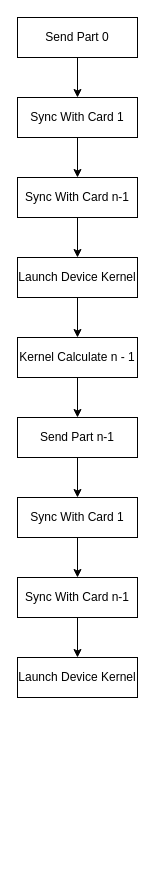
Above: TCCL/TCCL_WORK_FLOW/RingAllreduceWorkFlow.drawio in BEYHHH/SBLP (draw.io), before the change. Source tidied: cells renumbered, new cells numbered last; positions are measured from the earlier drawing's top-left corner, leaving out a move shared by most shapes. Both pictures are drawn from the tidied source at 100%, with x=0, y=0 at pixel (17, 17).
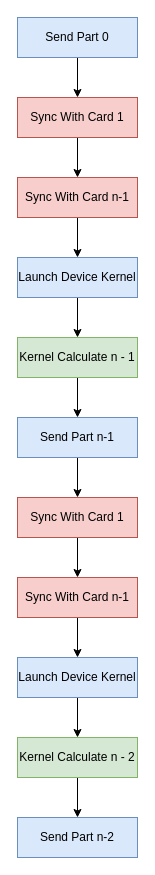
The same page after the edit.

Diff of the diagram source:
```diff
@@
-    <mxCell id="3" value="Sync With Card 1" style="rounded=0;whiteSpace=wrap;html=1;" parent="1" vertex="1">
+    <mxCell id="3" value="Sync With Card 1" style="rounded=0;whiteSpace=wrap;html=1;fillColor=#f8cecc;strokeColor=#b85450;" parent="1" vertex="1">
       <mxGeometry y="80" width="120" height="40" as="geometry" />
     </mxCell>
@@
-    <mxCell id="5" value="Sync With Card n-1" style="rounded=0;whiteSpace=wrap;html=1;" parent="1" vertex="1">
+    <mxCell id="5" value="Sync With Card n-1" style="rounded=0;whiteSpace=wrap;html=1;fillColor=#f8cecc;strokeColor=#b85450;" parent="1" vertex="1">
       <mxGeometry y="160" width="120" height="40" as="geometry" />
     </mxCell>
@@
-    <mxCell id="7" value="Launch Device Kernel" style="rounded=0;whiteSpace=wrap;html=1;" parent="1" vertex="1">
+    <mxCell id="7" value="Launch Device Kernel" style="rounded=0;whiteSpace=wrap;html=1;fillColor=#dae8fc;strokeColor=#6c8ebf;" parent="1" vertex="1">
       <mxGeometry y="240" width="120" height="40" as="geometry" />
     </mxCell>
@@
-    <mxCell id="9" value="Send Part n-1" style="rounded=0;whiteSpace=wrap;html=1;" parent="1" vertex="1">
+    <mxCell id="9" value="Send Part n-1" style="rounded=0;whiteSpace=wrap;html=1;fillColor=#dae8fc;strokeColor=#6c8ebf;" parent="1" vertex="1">
       <mxGeometry y="400" width="120" height="40" as="geometry" />
     </mxCell>
@@
-    <mxCell id="11" value="Send Part 0" style="rounded=0;whiteSpace=wrap;html=1;" parent="1" vertex="1">
+    <mxCell id="11" value="Send Part 0" style="rounded=0;whiteSpace=wrap;html=1;fillColor=#dae8fc;strokeColor=#6c8ebf;" parent="1" vertex="1">
       <mxGeometry width="120" height="40" as="geometry" />
     </mxCell>
@@
-    <mxCell id="13" value="Kernel Calculate n - 1" style="rounded=0;whiteSpace=wrap;html=1;" parent="1" vertex="1">
+    <mxCell id="13" value="Kernel Calculate n - 1" style="rounded=0;whiteSpace=wrap;html=1;fillColor=#d5e8d4;strokeColor=#82b366;" parent="1" vertex="1">
       <mxGeometry y="320" width="120" height="40" as="geometry" />
     </mxCell>
@@
-    <mxCell id="15" value="Sync With Card 1" style="rounded=0;whiteSpace=wrap;html=1;" parent="1" vertex="1">
+    <mxCell id="15" value="Sync With Card 1" style="rounded=0;whiteSpace=wrap;html=1;fillColor=#f8cecc;strokeColor=#b85450;" parent="1" vertex="1">
       <mxGeometry y="480" width="120" height="40" as="geometry" />
     </mxCell>
@@
-    <mxCell id="17" value="Sync With Card n-1" style="rounded=0;whiteSpace=wrap;html=1;" parent="1" vertex="1">
+    <mxCell id="17" value="Sync With Card n-1" style="rounded=0;whiteSpace=wrap;html=1;fillColor=#f8cecc;strokeColor=#b85450;" parent="1" vertex="1">
       <mxGeometry y="560" width="120" height="40" as="geometry" />
     </mxCell>
+    <mxCell id="19" style="edgeStyle=orthogonalEdgeStyle;rounded=0;jettySize=auto;html=1;" parent="1" edge="1" source="18" target="22">
+      <mxGeometry relative="1" as="geometry" />
+    </mxCell>
-    <mxCell id="18" value="Launch Device Kernel" style="rounded=0;whiteSpace=wrap;html=1;" parent="1" vertex="1">
+    <mxCell id="18" value="Launch Device Kernel" style="rounded=0;whiteSpace=wrap;html=1;fillColor=#dae8fc;strokeColor=#6c8ebf;" parent="1" vertex="1">
       <mxGeometry y="640" width="120" height="40" as="geometry" />
     </mxCell>
+    <mxCell id="20" value="Send Part n-2" style="rounded=0;whiteSpace=wrap;html=1;fillColor=#dae8fc;strokeColor=#6c8ebf;" parent="1" vertex="1">
+      <mxGeometry y="800" width="120" height="40" as="geometry" />
+    </mxCell>
+    <mxCell id="21" style="edgeStyle=orthogonalEdgeStyle;rounded=0;jettySize=auto;html=1;" parent="1" edge="1" source="22" target="20">
+      <mxGeometry relative="1" as="geometry" />
+    </mxCell>
+    <mxCell id="22" value="Kernel Calculate n - 2" style="rounded=0;whiteSpace=wrap;html=1;fillColor=#d5e8d4;strokeColor=#82b366;" parent="1" vertex="1">
+      <mxGeometry y="720" width="120" height="40" as="geometry" />
+    </mxCell>
```
